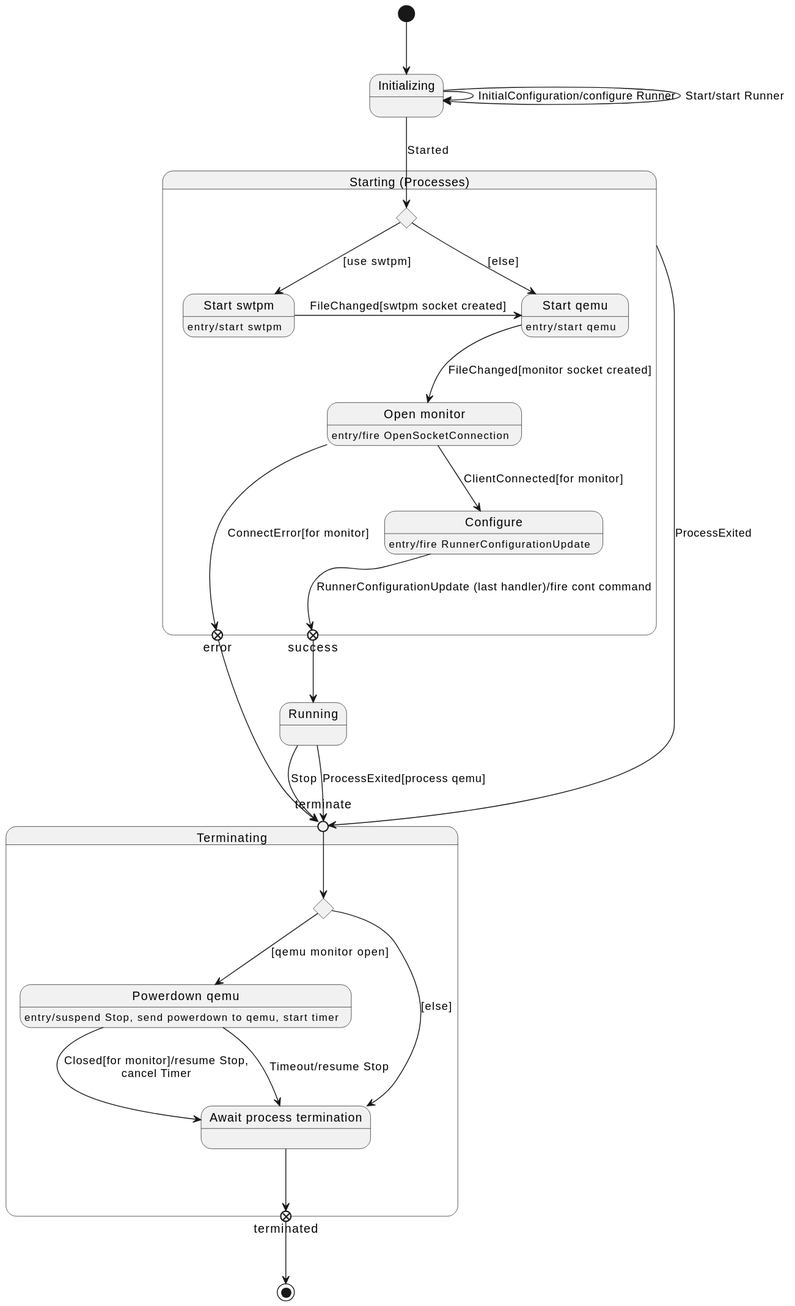
The PlantUML diagram latest-release/javadoc/org/jdrupes/vmoperator/runner/qemu/RunnerStates.svg in mnlipp/VM-Operator, before a commit.
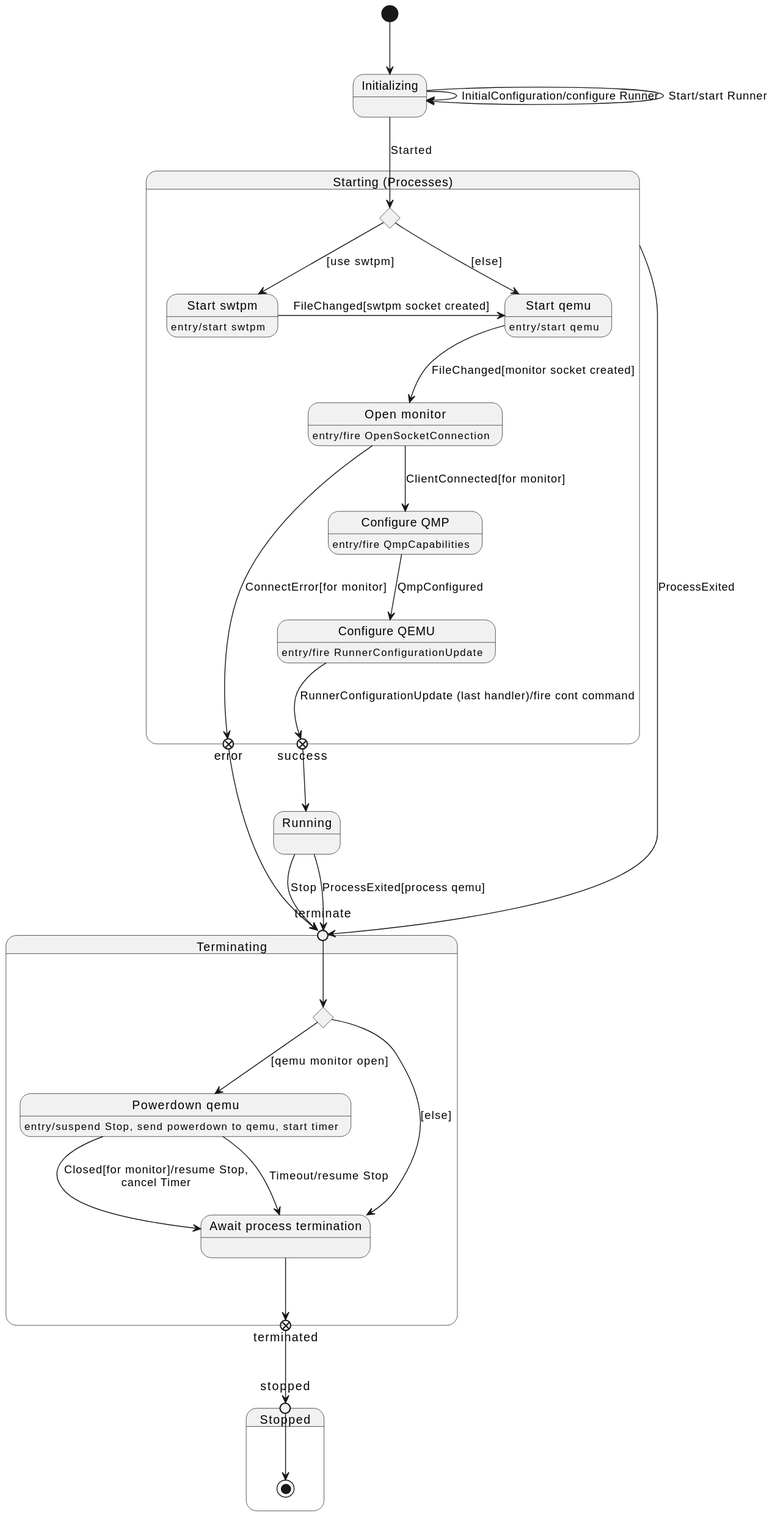
Above is the later version.

Change to the diagram source:
```diff
@@ -9,7 +9,8 @@
      state "Start swtpm" as swtpm
      state "Start qemu" as qemu
      state "Open monitor" as monitor
-     state "Configure" as configure
+     state "Configure QMP" as waitForConfigured
+     state "Configure QEMU" as configure
      state success <<exitPoint>>
      state error <<exitPoint>>
 
@@ -23,8 +24,11 @@
      qemu --> monitor : FileChanged[monitor socket created]
 
      monitor: entry/fire OpenSocketConnection
-     monitor --> configure: ClientConnected[for monitor]
+     monitor --> waitForConfigured: ClientConnected[for monitor]
      monitor -> error: ConnectError[for monitor]
+
+     waitForConfigured: entry/fire QmpCapabilities
+     waitForConfigured --> configure: QmpConfigured
 
      configure: entry/fire RunnerConfigurationUpdate
      configure --> success: RunnerConfigurationUpdate (last handler)/fire cont command
@@ -57,6 +61,11 @@
  error --> terminate
  StartingProcess --> terminate: ProcessExited
 
+ state Stopped {
+     state stopped <<entryPoint>>
 
- terminated --> [*]
+     stopped --> [*]
+ }
+
+ terminated --> stopped
 @enduml
```
